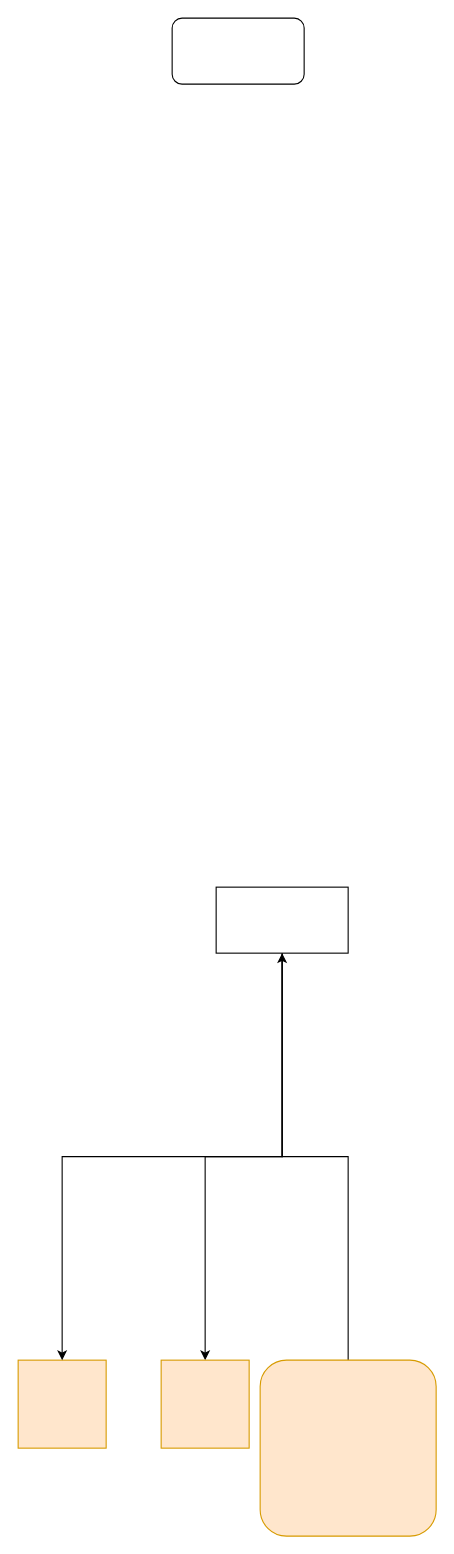
Earlier version of the draw.io diagram 未命名绘图.drawio (njueyupeng/drawio). Source tidied: cells renumbered, new cells numbered last; positions are measured from the earlier drawing's top-left corner, leaving out a move shared by most shapes. Both pictures are drawn from the tidied source at 110%, with x=0, y=0 at pixel (18, 18).
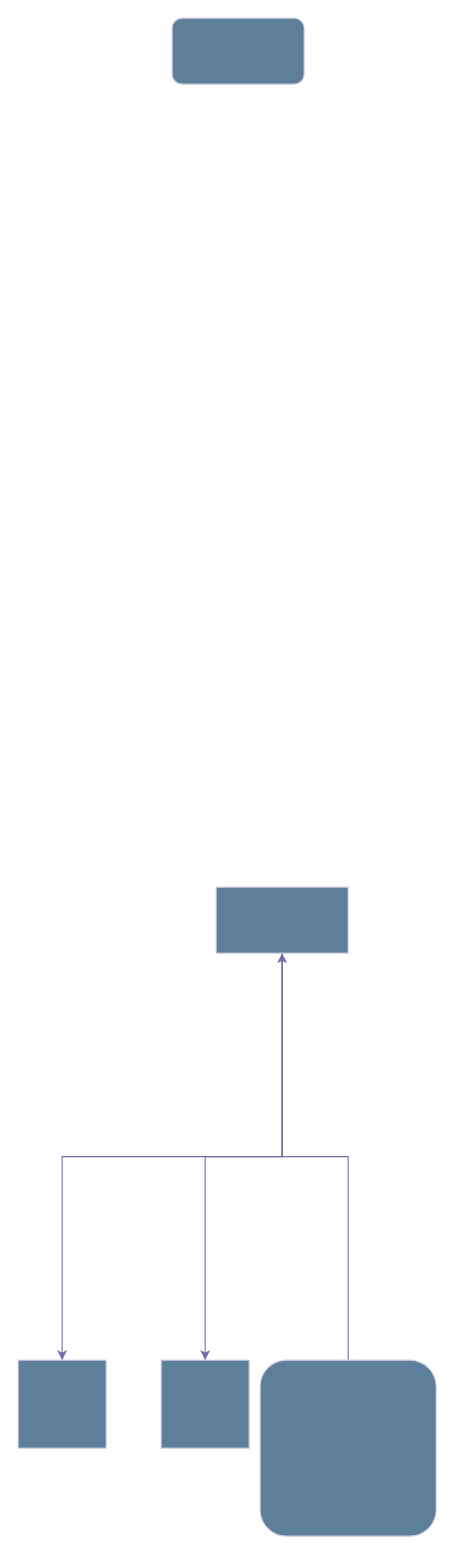
The same page after the edit.

Commit message:
更新未命名绘图.drawio

Diff of the diagram source:
```diff
@@
 <mxGraphModel>
   <root>
     <mxCell id="0" />
     <mxCell id="1" parent="0" />
-    <mxCell id="2" style="whiteSpace=wrap;html=1;fillColor=#ffe6cc;strokeColor=#d79b00;" parent="1" vertex="1">
+    <mxCell id="2" style="whiteSpace=wrap;html=1;labelBackgroundColor=none;fillColor=#5D7F99;strokeColor=#D0CEE2;fontColor=#1A1A1A;" parent="1" vertex="1">
       <mxGeometry y="1220" width="80" height="80" as="geometry" />
     </mxCell>
-    <mxCell id="3" style="edgeStyle=orthogonalEdgeStyle;rounded=0;jettySize=auto;html=1;exitX=0.5;exitY=1;exitDx=0;exitDy=0;" parent="1" edge="1" source="5" target="2">
+    <mxCell id="3" style="edgeStyle=orthogonalEdgeStyle;rounded=0;jettySize=auto;html=1;exitX=0.5;exitY=1;exitDx=0;exitDy=0;labelBackgroundColor=none;fontColor=default;strokeColor=#736CA8;" parent="1" edge="1" source="5" target="2">
       <mxGeometry relative="1" as="geometry" />
     </mxCell>
-    <mxCell id="4" style="edgeStyle=orthogonalEdgeStyle;rounded=0;jettySize=auto;html=1;" parent="1" edge="1" source="5" target="6">
+    <mxCell id="4" style="edgeStyle=orthogonalEdgeStyle;rounded=0;jettySize=auto;html=1;labelBackgroundColor=none;fontColor=default;strokeColor=#736CA8;" parent="1" edge="1" source="5" target="6">
       <mxGeometry relative="1" as="geometry" />
     </mxCell>
-    <mxCell id="5" style="rounded=0;whiteSpace=wrap;html=1;" parent="1" vertex="1">
+    <mxCell id="5" style="rounded=0;whiteSpace=wrap;html=1;labelBackgroundColor=none;fillColor=#5D7F99;strokeColor=#D0CEE2;fontColor=#1A1A1A;" parent="1" vertex="1">
       <mxGeometry x="180" y="790" width="120" height="60" as="geometry" />
     </mxCell>
-    <mxCell id="6" style="whiteSpace=wrap;html=1;fillColor=#ffe6cc;strokeColor=#d79b00;" parent="1" vertex="1">
+    <mxCell id="6" style="whiteSpace=wrap;html=1;labelBackgroundColor=none;fillColor=#5D7F99;strokeColor=#D0CEE2;fontColor=#1A1A1A;" parent="1" vertex="1">
       <mxGeometry x="130" y="1220" width="80" height="80" as="geometry" />
     </mxCell>
-    <mxCell id="7" style="edgeStyle=orthogonalEdgeStyle;rounded=0;jettySize=auto;html=1;exitX=0.5;exitY=0;exitDx=0;exitDy=0;entryX=0.5;entryY=1;entryDx=0;entryDy=0;" parent="1" edge="1" source="8" target="5">
+    <mxCell id="7" style="edgeStyle=orthogonalEdgeStyle;rounded=0;jettySize=auto;html=1;exitX=0.5;exitY=0;exitDx=0;exitDy=0;entryX=0.5;entryY=1;entryDx=0;entryDy=0;labelBackgroundColor=none;fontColor=default;strokeColor=#736CA8;" parent="1" edge="1" source="8" target="5">
       <mxGeometry relative="1" as="geometry" />
     </mxCell>
-    <mxCell id="8" style="whiteSpace=wrap;html=1;fillColor=#ffe6cc;strokeColor=#d79b00;rounded=1;" parent="1" vertex="1">
+    <mxCell id="8" style="whiteSpace=wrap;html=1;rounded=1;labelBackgroundColor=none;fillColor=#5D7F99;strokeColor=#D0CEE2;fontColor=#1A1A1A;" parent="1" vertex="1">
       <mxGeometry x="220" y="1220" width="160" height="160" as="geometry" />
     </mxCell>
-    <mxCell id="9" style="rounded=1;whiteSpace=wrap;html=1;" parent="1" vertex="1">
+    <mxCell id="9" style="rounded=1;whiteSpace=wrap;html=1;labelBackgroundColor=none;fillColor=#5D7F99;strokeColor=#D0CEE2;fontColor=#1A1A1A;" parent="1" vertex="1">
       <mxGeometry x="140" width="120" height="60" as="geometry" />
     </mxCell>
   </root>
 </mxGraphModel>
```
